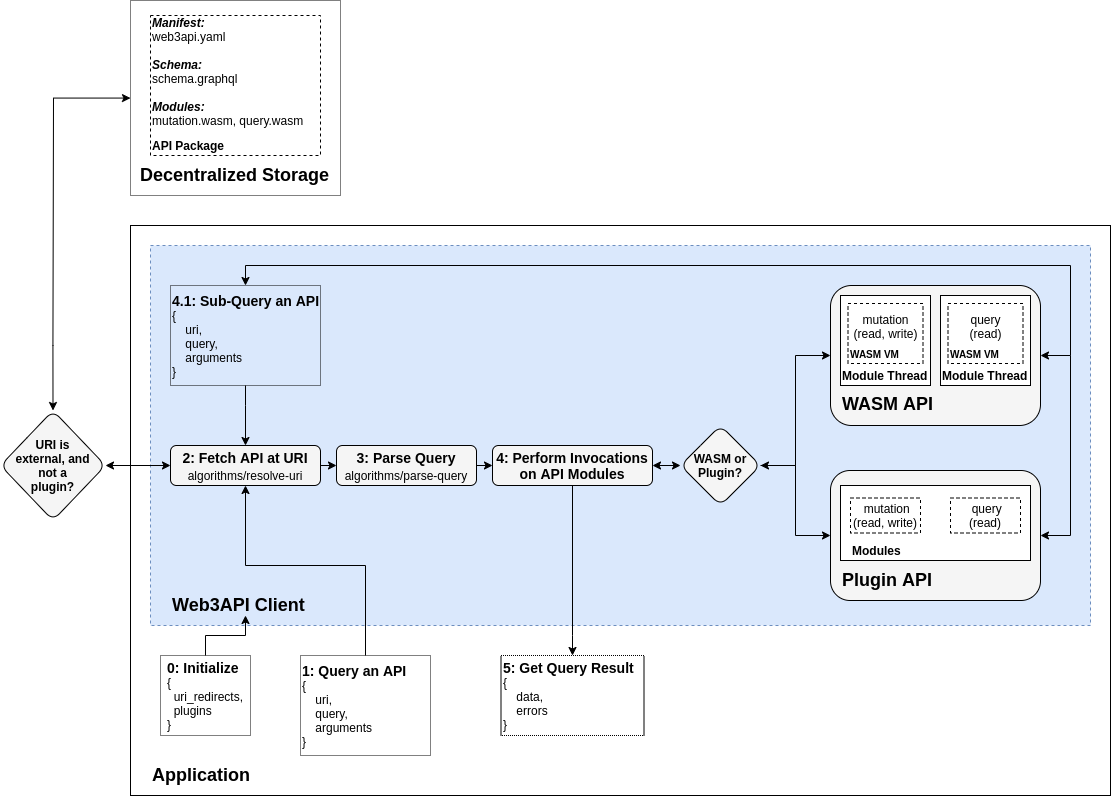
The draw.io diagram spec/assets/Architecture.png in polywrap/specification, before a commit. Source tidied: cells renumbered, new cells last; positions are measured from the earlier drawing's top-left corner, leaving out a move shared by most shapes.
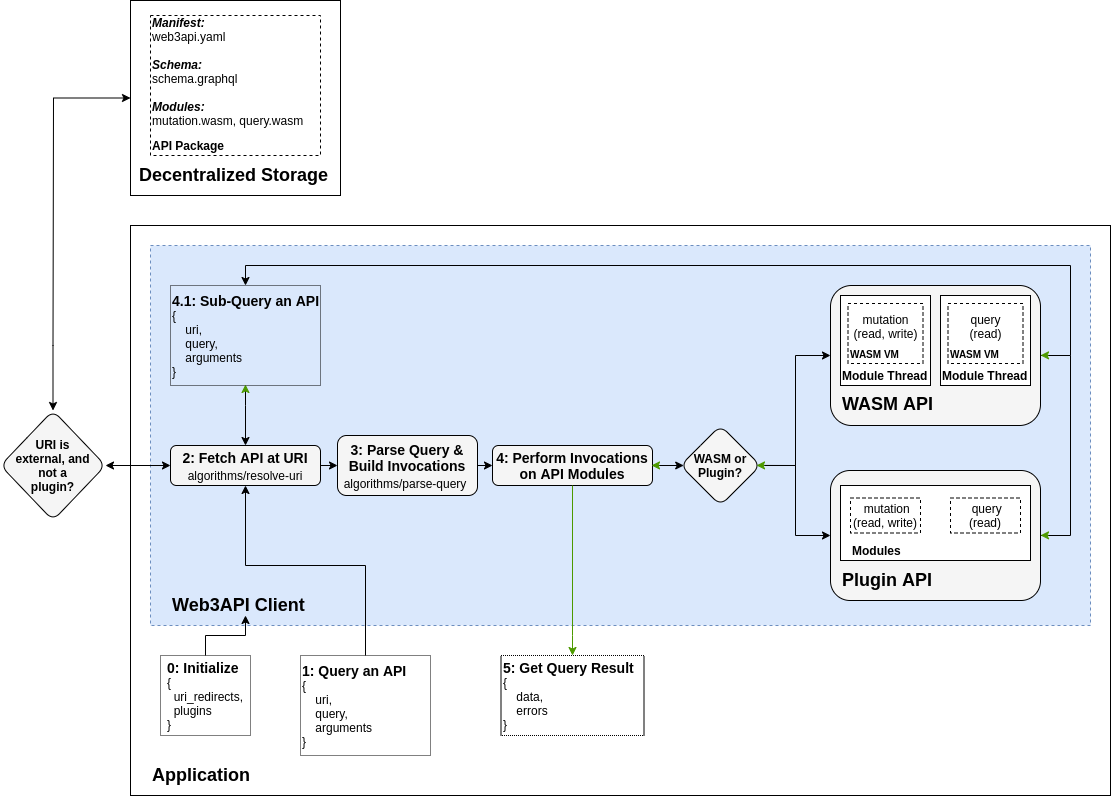
The same file after the commit.

Commit message:
new architecture diagrams

Change to the diagram source:
```diff
@@ -41,16 +41,16 @@
       <mxGeometry y="20" width="150" height="20" as="geometry" />
     </mxCell>
     <mxCell id="13" style="group;" parent="1" vertex="1">
-      <mxGeometry x="335" y="525" width="160" height="40" as="geometry" />
+      <mxGeometry x="338" y="530" width="160" height="40" as="geometry" />
     </mxCell>
     <mxCell id="14" style="group;" parent="13" vertex="1">
       <mxGeometry x="1" y="-80" width="140" height="41" as="geometry" />
     </mxCell>
-    <mxCell id="15" value="&lt;div&gt;&lt;span&gt;&lt;font style=&quot;font-size: 14px&quot;&gt;&lt;b&gt;3: Parse Query&lt;/b&gt;&lt;/font&gt;&lt;/span&gt;&lt;/div&gt;&lt;div&gt;&lt;span&gt;&lt;font style=&quot;font-size: 14px&quot;&gt;&lt;b&gt;&lt;br&gt;&lt;/b&gt;&lt;/font&gt;&lt;/span&gt;&lt;/div&gt;" style="rounded=1;whiteSpace=wrap;html=1;fillColor=#F5F5F5;align=center;" parent="14" vertex="1">
-      <mxGeometry width="140" height="40" as="geometry" />
+    <mxCell id="15" value="&lt;div&gt;&lt;span&gt;&lt;font style=&quot;font-size: 14px&quot;&gt;&lt;b&gt;3: Parse Query &amp;amp;&lt;/b&gt;&lt;/font&gt;&lt;/span&gt;&lt;/div&gt;&lt;div&gt;&lt;span&gt;&lt;font style=&quot;font-size: 14px&quot;&gt;&lt;b&gt;Build Invocations&lt;/b&gt;&lt;/font&gt;&lt;/span&gt;&lt;/div&gt;&lt;div&gt;&lt;span&gt;&lt;font style=&quot;font-size: 14px&quot;&gt;&lt;b&gt;&lt;br&gt;&lt;/b&gt;&lt;/font&gt;&lt;/span&gt;&lt;/div&gt;" style="rounded=1;whiteSpace=wrap;html=1;fillColor=#F5F5F5;align=center;" parent="14" vertex="1">
+      <mxGeometry x="-2" y="-15" width="140" height="60" as="geometry" />
     </mxCell>
     <mxCell id="16" value="&lt;font style=&quot;font-size: 12px&quot;&gt;algorithms/parse-query&lt;/font&gt;" style="text;html=1;strokeColor=none;fillColor=none;align=center;verticalAlign=middle;whiteSpace=wrap;rounded=0;" parent="14" vertex="1">
-      <mxGeometry y="20" width="140" height="20" as="geometry" />
+      <mxGeometry x="-4" y="23" width="140" height="20" as="geometry" />
     </mxCell>
     <mxCell id="17" style="group;" parent="1" vertex="1">
       <mxGeometry x="492" y="445" width="160" height="40" as="geometry" />
@@ -58,10 +58,10 @@
     <mxCell id="18" value="&lt;div&gt;&lt;span&gt;&lt;font style=&quot;font-size: 14px&quot;&gt;&lt;b&gt;4: Perform Invocations on API Modules&lt;/b&gt;&lt;/font&gt;&lt;/span&gt;&lt;/div&gt;" style="rounded=1;whiteSpace=wrap;html=1;fillColor=#F5F5F5;align=center;" parent="17" vertex="1">
       <mxGeometry width="160" height="40" as="geometry" />
     </mxCell>
-    <mxCell id="19" style="edgeStyle=orthogonalEdgeStyle;rounded=0;jettySize=auto;html=1;exitX=1;exitY=0;exitDx=0;exitDy=0;entryX=0;entryY=0;entryDx=0;entryDy=0;" parent="1" edge="1" source="12" target="16">
+    <mxCell id="19" style="edgeStyle=orthogonalEdgeStyle;rounded=0;jettySize=auto;html=1;exitX=1;exitY=0;exitDx=0;exitDy=0;entryX=0;entryY=0.5;entryDx=0;entryDy=0;" parent="1" edge="1" source="12" target="15">
       <mxGeometry relative="1" as="geometry" />
     </mxCell>
-    <mxCell id="20" style="edgeStyle=orthogonalEdgeStyle;rounded=0;jettySize=auto;html=1;exitX=1;exitY=0;exitDx=0;exitDy=0;entryX=0;entryY=0.5;entryDx=0;entryDy=0;" parent="1" edge="1" source="16" target="18">
+    <mxCell id="20" style="edgeStyle=orthogonalEdgeStyle;rounded=0;jettySize=auto;html=1;exitX=1;exitY=0.5;exitDx=0;exitDy=0;entryX=0;entryY=0.5;entryDx=0;entryDy=0;" parent="1" edge="1" source="15" target="18">
       <mxGeometry relative="1" as="geometry" />
     </mxCell>
     <mxCell id="21" style="group;" parent="1" vertex="1">
@@ -127,19 +127,19 @@
     <mxCell id="41" style="edgeStyle=orthogonalEdgeStyle;rounded=0;jettySize=auto;html=1;exitX=1;exitY=0.5;exitDx=0;exitDy=0;entryX=0;entryY=0.5;entryDx=0;entryDy=0;" parent="1" edge="1" source="43" target="22">
       <mxGeometry relative="1" as="geometry" />
     </mxCell>
-    <mxCell id="42" style="edgeStyle=orthogonalEdgeStyle;rounded=0;jettySize=auto;html=1;exitX=1;exitY=0.5;exitDx=0;exitDy=0;startArrow=classic;startFill=1;" parent="1" edge="1" source="43" target="35">
+    <mxCell id="42" style="edgeStyle=orthogonalEdgeStyle;rounded=0;jettySize=auto;html=1;exitX=0.966;exitY=0.499;exitDx=0;exitDy=0;startArrow=none;startFill=0;exitPerimeter=0;" parent="1" edge="1" source="43" target="35">
       <mxGeometry relative="1" as="geometry" />
     </mxCell>
     <mxCell id="43" value="&lt;b&gt;WASM or Plugin?&lt;/b&gt;" style="rhombus;whiteSpace=wrap;html=1;rounded=1;fillColor=#F5F5F5;" parent="1" vertex="1">
       <mxGeometry x="680" y="425" width="80" height="80" as="geometry" />
     </mxCell>
-    <mxCell id="44" style="edgeStyle=orthogonalEdgeStyle;rounded=0;jettySize=auto;html=1;startArrow=classic;startFill=1;" parent="1" edge="1" source="18" target="43">
+    <mxCell id="44" style="edgeStyle=orthogonalEdgeStyle;rounded=0;jettySize=auto;html=1;startArrow=none;startFill=0;entryX=0.04;entryY=0.5;entryDx=0;entryDy=0;entryPerimeter=0;" parent="1" edge="1" source="18" target="43">
       <mxGeometry relative="1" as="geometry" />
     </mxCell>
-    <mxCell id="45" value="&lt;div&gt;&lt;font style=&quot;font-size: 14px&quot;&gt;&lt;b&gt;5: Get Query Result&lt;/b&gt;&lt;/font&gt;&lt;/div&gt;&lt;div&gt;&lt;font style=&quot;font-size: 12px&quot;&gt;{&lt;/font&gt;&lt;/div&gt;&lt;div&gt;&lt;font style=&quot;font-size: 12px&quot;&gt;&lt;span&gt;&amp;nbsp; &amp;nbsp; data,&lt;/span&gt;&lt;/font&gt;&lt;/div&gt;&lt;div&gt;&amp;nbsp; &amp;nbsp; errors&lt;/div&gt;&lt;div&gt;&lt;font style=&quot;font-size: 12px&quot;&gt;&lt;span&gt;}&lt;/span&gt;&lt;/font&gt;&lt;/div&gt;" style="text;html=1;fillColor=none;align=left;verticalAlign=middle;whiteSpace=wrap;rounded=0;strokeColor=#000000;dashed=1;dashPattern=1 1;" parent="1" vertex="1">
+    <mxCell id="45" value="&lt;div&gt;&lt;font style=&quot;font-size: 14px&quot;&gt;&lt;b&gt;5: Get Query Result&lt;/b&gt;&lt;/font&gt;&lt;/div&gt;&lt;div&gt;&lt;font style=&quot;font-size: 12px&quot;&gt;{&lt;/font&gt;&lt;/div&gt;&lt;div&gt;&lt;font style=&quot;font-size: 12px&quot;&gt;&lt;span&gt;&amp;nbsp; &amp;nbsp; data,&lt;/span&gt;&lt;/font&gt;&lt;/div&gt;&lt;div&gt;&amp;nbsp; &amp;nbsp; errors&lt;/div&gt;&lt;div&gt;&lt;font style=&quot;font-size: 12px&quot;&gt;&lt;span&gt;}&lt;/span&gt;&lt;/font&gt;&lt;/div&gt;" style="text;html=1;fillColor=none;align=left;verticalAlign=middle;whiteSpace=wrap;rounded=0;strokeColor=#000000;dashed=1;dashPattern=1 1;glass=0;" parent="1" vertex="1">
       <mxGeometry x="500.5" y="655" width="143" height="80" as="geometry" />
     </mxCell>
-    <mxCell id="46" style="edgeStyle=orthogonalEdgeStyle;rounded=0;jettySize=auto;html=1;exitX=0.5;exitY=1;exitDx=0;exitDy=0;startArrow=none;startFill=0;" parent="1" edge="1" source="18">
+    <mxCell id="46" style="edgeStyle=orthogonalEdgeStyle;rounded=0;jettySize=auto;html=1;exitX=0.5;exitY=1;exitDx=0;exitDy=0;startArrow=none;startFill=0;strokeColor=#4D9900;" parent="1" edge="1" source="18">
       <mxGeometry relative="1" as="geometry">
         <mxPoint x="572" y="655" as="targetPoint" />
         <Array as="points">
@@ -159,7 +159,7 @@
     <mxCell id="48" value="&lt;div&gt;&lt;font style=&quot;font-size: 14px&quot;&gt;&lt;b&gt;4.1: Sub-Query an API&lt;/b&gt;&lt;/font&gt;&lt;/div&gt;&lt;div&gt;&lt;font style=&quot;font-size: 12px&quot;&gt;{&lt;/font&gt;&lt;/div&gt;&lt;div&gt;&lt;font style=&quot;font-size: 12px&quot;&gt;&lt;span&gt;&amp;nbsp; &amp;nbsp; uri,&lt;/span&gt;&lt;/font&gt;&lt;/div&gt;&lt;div&gt;&lt;font style=&quot;font-size: 12px&quot;&gt;&lt;span&gt;&amp;nbsp; &amp;nbsp; query,&lt;/span&gt;&lt;/font&gt;&lt;/div&gt;&lt;div&gt;&lt;font style=&quot;font-size: 12px&quot;&gt;&lt;span&gt;&amp;nbsp; &amp;nbsp; arguments&lt;/span&gt;&lt;/font&gt;&lt;/div&gt;&lt;div&gt;&lt;font style=&quot;font-size: 12px&quot;&gt;&lt;span&gt;}&lt;/span&gt;&lt;/font&gt;&lt;/div&gt;" style="text;html=1;fillColor=none;align=left;verticalAlign=middle;whiteSpace=wrap;rounded=0;strokeColor=#000000;dashed=1;dashPattern=1 1;" parent="1" vertex="1">
       <mxGeometry x="170" y="285" width="150" height="100" as="geometry" />
     </mxCell>
-    <mxCell id="49" style="edgeStyle=orthogonalEdgeStyle;rounded=0;jettySize=auto;html=1;entryX=0.5;entryY=0;entryDx=0;entryDy=0;startArrow=classic;startFill=1;" parent="1" edge="1" source="22" target="48">
+    <mxCell id="49" style="edgeStyle=orthogonalEdgeStyle;rounded=0;jettySize=auto;html=1;entryX=0.5;entryY=0;entryDx=0;entryDy=0;startArrow=none;startFill=0;" parent="1" edge="1" source="22" target="48">
       <mxGeometry relative="1" as="geometry">
         <Array as="points">
           <mxPoint x="1070" y="355" />
@@ -168,7 +168,7 @@
         </Array>
       </mxGeometry>
     </mxCell>
-    <mxCell id="50" style="edgeStyle=orthogonalEdgeStyle;rounded=0;jettySize=auto;html=1;startArrow=classic;startFill=1;endArrow=none;endFill=0;" parent="1" edge="1" source="35">
+    <mxCell id="50" style="edgeStyle=orthogonalEdgeStyle;rounded=0;jettySize=auto;html=1;startArrow=none;startFill=0;endArrow=none;endFill=0;" parent="1" edge="1" source="35">
       <mxGeometry relative="1" as="geometry">
         <mxPoint x="1070" y="355" as="targetPoint" />
         <Array as="points">
@@ -191,7 +191,7 @@
     <mxCell id="53" style="edgeStyle=orthogonalEdgeStyle;rounded=0;jettySize=auto;html=1;startArrow=classic;startFill=1;endArrow=classic;endFill=1;" parent="1" edge="1" source="11" target="52">
       <mxGeometry relative="1" as="geometry" />
     </mxCell>
-    <mxCell id="54" style="rounded=0;whiteSpace=wrap;html=1;dashed=1;dashPattern=1 1;labelBackgroundColor=#DAE8FC;strokeColor=#000000;fillColor=#ffffff;" parent="1" vertex="1">
+    <mxCell id="54" style="rounded=0;whiteSpace=wrap;html=1;labelBackgroundColor=#DAE8FC;strokeColor=#000000;fillColor=#ffffff;" parent="1" vertex="1">
       <mxGeometry x="130" width="210" height="195" as="geometry" />
     </mxCell>
     <mxCell id="55" value="&lt;font style=&quot;font-size: 18px&quot;&gt;Decentralized Storage&lt;/font&gt;" style="text;html=1;strokeColor=none;fillColor=none;align=left;verticalAlign=middle;whiteSpace=wrap;rounded=0;fontStyle=1;" parent="1" vertex="1">
@@ -203,5 +203,39 @@
     <mxCell id="57" value="&lt;b&gt;API Package&lt;/b&gt;" style="text;html=1;strokeColor=none;fillColor=none;align=left;verticalAlign=middle;whiteSpace=wrap;rounded=0;dashed=1;" parent="1" vertex="1">
       <mxGeometry x="150" y="135" width="80" height="20" as="geometry" />
     </mxCell>
+    <mxCell id="58" style="edgeStyle=orthogonalEdgeStyle;rounded=0;orthogonalLoop=1;jettySize=auto;html=1;startArrow=classic;startFill=1;endArrow=none;endFill=0;strokeColor=#4D9900;" parent="1" edge="1">
+      <mxGeometry relative="1" as="geometry">
+        <mxPoint x="651" y="464.9" as="sourcePoint" />
+        <mxPoint x="659" y="464.9" as="targetPoint" />
+      </mxGeometry>
+    </mxCell>
+    <mxCell id="59" style="edgeStyle=orthogonalEdgeStyle;rounded=0;orthogonalLoop=1;jettySize=auto;html=1;startArrow=classic;startFill=1;endArrow=none;endFill=0;strokeColor=#4D9900;" parent="1" edge="1">
+      <mxGeometry relative="1" as="geometry">
+        <mxPoint x="756" y="464.9" as="sourcePoint" />
+        <mxPoint x="764" y="464.9" as="targetPoint" />
+      </mxGeometry>
+    </mxCell>
+    <mxCell id="60" style="edgeStyle=orthogonalEdgeStyle;rounded=0;orthogonalLoop=1;jettySize=auto;html=1;startArrow=classic;startFill=1;endArrow=none;endFill=0;strokeColor=#4D9900;" parent="1" edge="1">
+      <mxGeometry relative="1" as="geometry">
+        <mxPoint x="1040" y="354.9" as="sourcePoint" />
+        <mxPoint x="1048" y="354.9" as="targetPoint" />
+      </mxGeometry>
+    </mxCell>
+    <mxCell id="61" style="edgeStyle=orthogonalEdgeStyle;rounded=0;orthogonalLoop=1;jettySize=auto;html=1;startArrow=classic;startFill=1;endArrow=none;endFill=0;strokeColor=#4D9900;" parent="1" edge="1">
+      <mxGeometry relative="1" as="geometry">
+        <mxPoint x="1040" y="534.9" as="sourcePoint" />
+        <mxPoint x="1048" y="534.9" as="targetPoint" />
+      </mxGeometry>
+    </mxCell>
+    <mxCell id="62" style="edgeStyle=orthogonalEdgeStyle;rounded=0;orthogonalLoop=1;jettySize=auto;html=1;startArrow=classic;startFill=1;endArrow=none;endFill=0;strokeColor=#4D9900;" parent="1" edge="1">
+      <mxGeometry relative="1" as="geometry">
+        <mxPoint x="245" y="384" as="sourcePoint" />
+        <mxPoint x="245" y="389" as="targetPoint" />
+        <Array as="points">
+          <mxPoint x="245" y="384" />
+          <mxPoint x="245" y="384" />
+        </Array>
+      </mxGeometry>
+    </mxCell>
   </root>
 </mxGraphModel>
```
